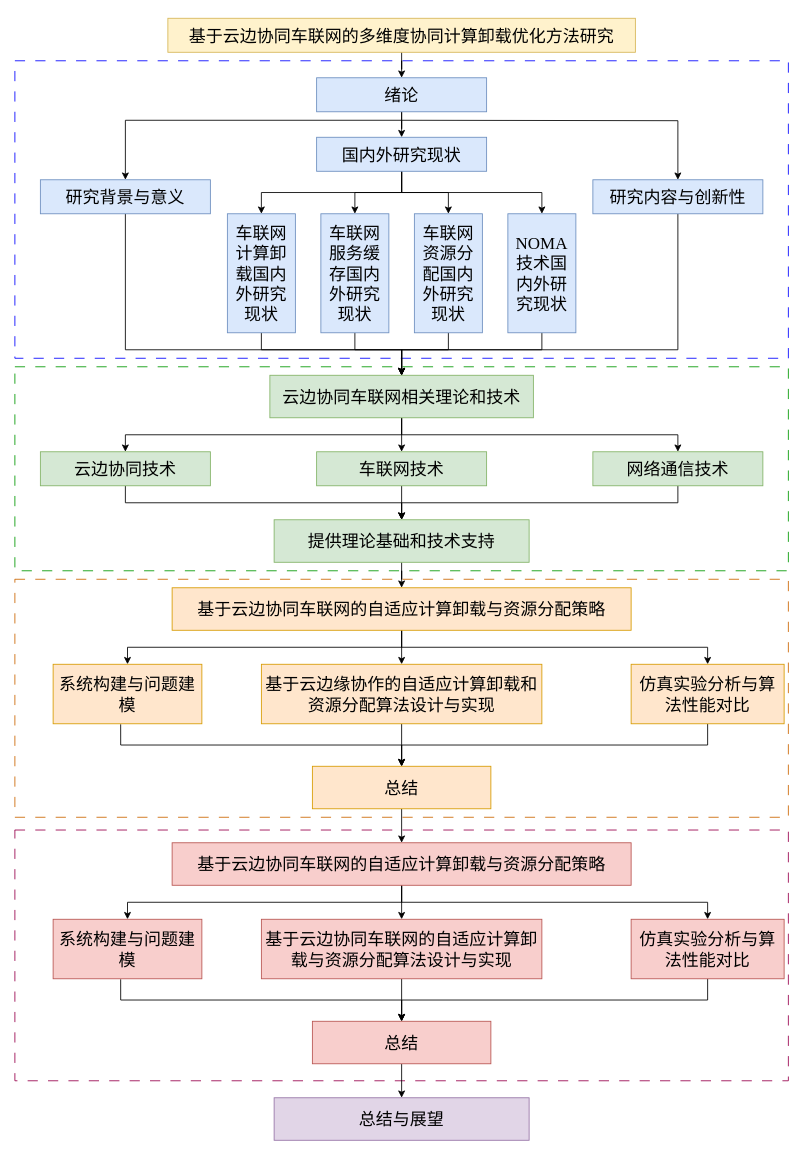
xiaotudoudoudoud/pipilu keeps this draw.io diagram as 论文结构.drawio. Above is the earlier version. Source tidied: cells renumbered, new cells numbered last; positions are measured from the earlier drawing's top-left corner, leaving out a move shared by most shapes. Both pictures are drawn from the tidied source at 85%, with x=0, y=0 at pixel (14, 18).
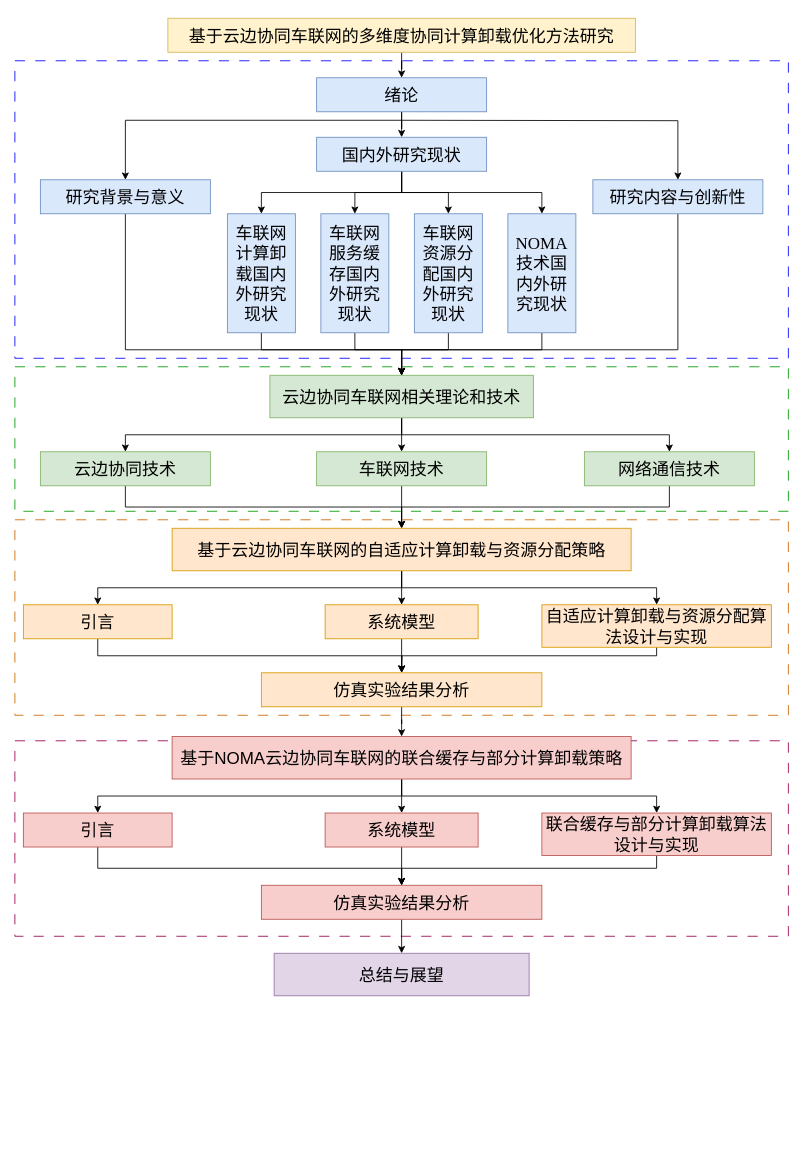
After the change.

Commit message:
更新论文结构.drawio

Unchanged cells that the change refers to:
```xml
<mxCell id="34" value="&lt;p class=&quot;MsoNormal&quot;&gt;&lt;span style=&quot;mso-spacerun:'yes';font-family:宋体;mso-ascii-font-family:'Times New Roman';&lt;br/&gt;mso-hansi-font-family:'Times New Roman';mso-bidi-font-family:'Times New Roman';&quot;&gt;&lt;font style=&quot;font-size: 20px;&quot;&gt;云边协同技术&lt;/font&gt;&lt;/span&gt;&lt;/p&gt;" style="rounded=0;whiteSpace=wrap;html=1;fillColor=#d5e8d4;strokeColor=#82b366;" parent="1" vertex="1">
  <mxGeometry x="30" y="510" width="200" height="40" as="geometry" />
</mxCell>
<mxCell id="36" value="&lt;p class=&quot;MsoNormal&quot;&gt;&lt;font style=&quot;font-size: 20px;&quot;&gt;&lt;span style=&quot;font-family: 宋体;&quot;&gt;车联网&lt;/span&gt;&lt;span style=&quot;font-family: 宋体;&quot;&gt;技术&lt;/span&gt;&lt;/font&gt;&lt;/p&gt;" style="rounded=0;whiteSpace=wrap;html=1;fillColor=#d5e8d4;strokeColor=#82b366;" parent="1" vertex="1">
  <mxGeometry x="355" y="510" width="200" height="40" as="geometry" />
</mxCell>
```

What changed in the source:
```diff
@@
     <mxCell id="2" style="rounded=0;whiteSpace=wrap;html=1;fillColor=none;dashed=1;dashPattern=12 12;strokeColor=#009900;" parent="1" vertex="1">
-      <mxGeometry y="410" width="910" height="240" as="geometry" />
+      <mxGeometry y="410" width="910" height="170" as="geometry" />
     </mxCell>
     <mxCell id="3" style="rounded=0;whiteSpace=wrap;html=1;fillColor=none;dashed=1;dashPattern=12 12;strokeColor=#99004D;" parent="1" vertex="1">
-      <mxGeometry y="955" width="910" height="295" as="geometry" />
+      <mxGeometry y="850" width="910" height="230" as="geometry" />
     </mxCell>
     <mxCell id="4" style="rounded=0;whiteSpace=wrap;html=1;fillColor=none;dashed=1;dashPattern=12 12;strokeColor=#CC6600;" parent="1" vertex="1">
-      <mxGeometry y="660" width="910" height="280" as="geometry" />
+      <mxGeometry y="590" width="910" height="230" as="geometry" />
     </mxCell>
@@
-    <mxCell id="33" style="edgeStyle=orthogonalEdgeStyle;rounded=0;jettySize=auto;html=1;entryX=0.5;entryY=0;entryDx=0;entryDy=0;exitX=0.5;exitY=1;exitDx=0;exitDy=0;" parent="1" edge="1" source="34" target="40">
-      <mxGeometry relative="1" as="geometry" />
-    </mxCell>
+    <mxCell id="66" style="edgeStyle=orthogonalEdgeStyle;rounded=0;jettySize=auto;html=1;exitX=0.5;exitY=1;exitDx=0;exitDy=0;entryX=0.5;entryY=0;entryDx=0;entryDy=0;" parent="1" edge="1" source="34" target="44">
+      <mxGeometry relative="1" as="geometry" />
+    </mxCell>
@@
-    <mxCell id="35" style="edgeStyle=orthogonalEdgeStyle;rounded=0;jettySize=auto;html=1;" parent="1" edge="1" source="36" target="40">
-      <mxGeometry relative="1" as="geometry" />
-    </mxCell>
+    <mxCell id="67" style="edgeStyle=orthogonalEdgeStyle;rounded=0;jettySize=auto;html=1;entryX=0.5;entryY=0;entryDx=0;entryDy=0;" parent="1" edge="1" source="36" target="44">
+      <mxGeometry relative="1" as="geometry" />
+    </mxCell>
@@
-    <mxCell id="37" style="edgeStyle=orthogonalEdgeStyle;rounded=0;jettySize=auto;html=1;entryX=0.5;entryY=0;entryDx=0;entryDy=0;exitX=0.5;exitY=1;exitDx=0;exitDy=0;" parent="1" edge="1" source="38" target="40">
-      <mxGeometry relative="1" as="geometry" />
-    </mxCell>
+    <mxCell id="68" style="edgeStyle=orthogonalEdgeStyle;rounded=0;jettySize=auto;html=1;exitX=0.5;exitY=1;exitDx=0;exitDy=0;entryX=0.5;entryY=0;entryDx=0;entryDy=0;" parent="1" edge="1" source="38" target="44">
+      <mxGeometry relative="1" as="geometry" />
+    </mxCell>
     <mxCell id="38" value="&lt;p class=&quot;MsoNormal&quot;&gt;&lt;span style=&quot;mso-spacerun:'yes';font-family:宋体;mso-ascii-font-family:'Times New Roman';&lt;br/&gt;mso-hansi-font-family:'Times New Roman';mso-bidi-font-family:'Times New Roman';&quot;&gt;&lt;font style=&quot;font-size: 20px;&quot;&gt;网络通信技术&lt;/font&gt;&lt;/span&gt;&lt;/p&gt;" style="rounded=0;whiteSpace=wrap;html=1;fillColor=#d5e8d4;strokeColor=#82b366;" parent="1" vertex="1">
-      <mxGeometry x="680" y="510" width="200" height="40" as="geometry" />
+      <mxGeometry x="670" y="510" width="200" height="40" as="geometry" />
     </mxCell>
-    <mxCell id="39" style="edgeStyle=orthogonalEdgeStyle;rounded=0;jettySize=auto;html=1;" parent="1" edge="1" source="40" target="44">
-      <mxGeometry relative="1" as="geometry" />
-    </mxCell>
-    <mxCell id="40" value="&lt;p class=&quot;MsoNormal&quot;&gt;&lt;span style=&quot;mso-spacerun:'yes';font-family:宋体;mso-ascii-font-family:'Times New Roman';&lt;br/&gt;mso-hansi-font-family:'Times New Roman';mso-bidi-font-family:'Times New Roman';&quot;&gt;&lt;font style=&quot;font-size: 20px;&quot;&gt;提供&lt;/font&gt;&lt;/span&gt;&lt;span style=&quot;font-family: 宋体; font-size: 20px; background-color: transparent; color: light-dark(rgb(0, 0, 0), rgb(255, 255, 255));&quot;&gt;理论基础和&lt;/span&gt;&lt;span style=&quot;font-size: 20px; font-family: 宋体; background-color: transparent; color: light-dark(rgb(0, 0, 0), rgb(255, 255, 255));&quot;&gt;技术支持&lt;/span&gt;&lt;/p&gt;" style="rounded=0;whiteSpace=wrap;html=1;fillColor=#d5e8d4;strokeColor=#82b366;" parent="1" vertex="1">
-      <mxGeometry x="305" y="590" width="300" height="50" as="geometry" />
-    </mxCell>
-    <mxCell id="41" style="edgeStyle=orthogonalEdgeStyle;rounded=0;jettySize=auto;html=1;" parent="1" edge="1" source="44" target="48">
-      <mxGeometry relative="1" as="geometry" />
-    </mxCell>
+    <mxCell id="43" style="edgeStyle=orthogonalEdgeStyle;rounded=0;jettySize=auto;html=1;entryX=0.5;entryY=0;entryDx=0;entryDy=0;" parent="1" edge="1" source="44" target="50">
+      <mxGeometry relative="1" as="geometry" />
+    </mxCell>
@@
-    <mxCell id="43" style="edgeStyle=orthogonalEdgeStyle;rounded=0;jettySize=auto;html=1;entryX=0.5;entryY=0;entryDx=0;entryDy=0;" parent="1" edge="1" source="44" target="50">
-      <mxGeometry relative="1" as="geometry" />
-    </mxCell>
+    <mxCell id="69" style="edgeStyle=orthogonalEdgeStyle;rounded=0;jettySize=auto;html=1;exitX=0.5;exitY=1;exitDx=0;exitDy=0;entryX=0.5;entryY=0;entryDx=0;entryDy=0;" parent="1" edge="1" source="44" target="81">
+      <mxGeometry relative="1" as="geometry">
+        <Array as="points">
+          <mxPoint x="455" y="670" />
+          <mxPoint x="755" y="670" />
+        </Array>
+      </mxGeometry>
+    </mxCell>
     <mxCell id="44" value="&lt;p class=&quot;MsoNormal&quot;&gt;&lt;font style=&quot;font-size: 20px;&quot;&gt;&lt;span style=&quot;font-family: 宋体; background-color: transparent; color: light-dark(rgb(0, 0, 0), rgb(255, 255, 255));&quot;&gt;基于&lt;/span&gt;&lt;span style=&quot;font-family: 宋体; background-color: transparent; color: light-dark(rgb(0, 0, 0), rgb(255, 255, 255));&quot;&gt;&lt;font style=&quot;&quot;&gt;云边协同车联网的自适应计算卸载与资源分配策略&lt;/font&gt;&lt;/span&gt;&lt;/font&gt;&lt;/p&gt;" style="rounded=0;whiteSpace=wrap;html=1;fillColor=#ffe6cc;strokeColor=#d79b00;" parent="1" vertex="1">
-      <mxGeometry x="185" y="670" width="540" height="50" as="geometry" />
+      <mxGeometry x="185" y="600" width="540" height="50" as="geometry" />
     </mxCell>
-    <mxCell id="45" style="edgeStyle=orthogonalEdgeStyle;rounded=0;jettySize=auto;html=1;entryX=0.5;entryY=0;entryDx=0;entryDy=0;exitX=0.454;exitY=1.008;exitDx=0;exitDy=0;exitPerimeter=0;" parent="1" edge="1" source="46" target="52">
-      <mxGeometry relative="1" as="geometry" />
+    <mxCell id="45" style="edgeStyle=orthogonalEdgeStyle;rounded=0;jettySize=auto;html=1;entryX=0.5;entryY=0;entryDx=0;entryDy=0;exitX=0.5;exitY=1;exitDx=0;exitDy=0;" parent="1" edge="1" source="46">
+      <mxGeometry relative="1" as="geometry">
+        <mxPoint x="455" y="770" as="targetPoint" />
+      </mxGeometry>
     </mxCell>
-    <mxCell id="46" value="&lt;p class=&quot;MsoNormal&quot;&gt;&lt;span style=&quot;font-family: 宋体; background-color: transparent; color: light-dark(rgb(0, 0, 0), rgb(255, 255, 255));&quot;&gt;&lt;font style=&quot;font-size: 20px;&quot;&gt;系统构建与问题建模&lt;/font&gt;&lt;/span&gt;&lt;/p&gt;" style="rounded=0;whiteSpace=wrap;html=1;fillColor=#ffe6cc;strokeColor=#d79b00;" parent="1" vertex="1">
-      <mxGeometry x="45" y="760" width="175" height="70" as="geometry" />
+    <mxCell id="46" value="&lt;p class=&quot;MsoNormal&quot;&gt;&lt;span style=&quot;font-family: 宋体; background-color: transparent; color: light-dark(rgb(0, 0, 0), rgb(255, 255, 255));&quot;&gt;&lt;font style=&quot;font-size: 20px;&quot;&gt;引言&lt;/font&gt;&lt;/span&gt;&lt;/p&gt;" style="rounded=0;whiteSpace=wrap;html=1;fillColor=#ffe6cc;strokeColor=#d79b00;" parent="1" vertex="1">
+      <mxGeometry x="10" y="690" width="175" height="40" as="geometry" />
     </mxCell>
-    <mxCell id="47" style="edgeStyle=orthogonalEdgeStyle;rounded=0;jettySize=auto;html=1;" parent="1" edge="1" source="48" target="52">
-      <mxGeometry relative="1" as="geometry" />
-    </mxCell>
-    <mxCell id="48" value="&lt;p class=&quot;MsoNormal&quot;&gt;&lt;span style=&quot;font-family: 宋体; font-size: 20px;&quot;&gt;基于云边缘协作的自适应计算卸载和资源分配算法设计与实现&lt;/span&gt;&lt;/p&gt;" style="rounded=0;whiteSpace=wrap;html=1;fillColor=#ffe6cc;strokeColor=#d79b00;" parent="1" vertex="1">
-      <mxGeometry x="290" y="760" width="330" height="70" as="geometry" />
-    </mxCell>
-    <mxCell id="49" style="edgeStyle=orthogonalEdgeStyle;rounded=0;jettySize=auto;html=1;exitX=0.5;exitY=1;exitDx=0;exitDy=0;" parent="1" edge="1" source="50" target="52">
-      <mxGeometry relative="1" as="geometry" />
+    <mxCell id="49" style="edgeStyle=orthogonalEdgeStyle;rounded=0;jettySize=auto;html=1;exitX=0.5;exitY=1;exitDx=0;exitDy=0;" parent="1" edge="1" source="50">
+      <mxGeometry relative="1" as="geometry">
+        <mxPoint x="455" y="770" as="targetPoint" />
+      </mxGeometry>
     </mxCell>
-    <mxCell id="50" value="&lt;p class=&quot;MsoNormal&quot;&gt;&lt;span style=&quot;font-family: 宋体; font-size: 20px;&quot;&gt;仿真实验分析与算法性能对比&lt;/span&gt;&lt;/p&gt;" style="rounded=0;whiteSpace=wrap;html=1;fillColor=#ffe6cc;strokeColor=#d79b00;" parent="1" vertex="1">
-      <mxGeometry x="725" y="760" width="180" height="70" as="geometry" />
+    <mxCell id="50" value="&lt;p class=&quot;MsoNormal&quot;&gt;&lt;span style=&quot;font-family: 宋体; font-size: 20px;&quot;&gt;系统模型&lt;/span&gt;&lt;/p&gt;" style="rounded=0;whiteSpace=wrap;html=1;fillColor=#ffe6cc;strokeColor=#d79b00;" parent="1" vertex="1">
+      <mxGeometry x="365" y="690" width="180" height="40" as="geometry" />
     </mxCell>
-    <mxCell id="51" style="edgeStyle=orthogonalEdgeStyle;rounded=0;jettySize=auto;html=1;" parent="1" edge="1" source="52" target="56">
-      <mxGeometry relative="1" as="geometry" />
-    </mxCell>
-    <mxCell id="52" value="&lt;p class=&quot;MsoNormal&quot;&gt;&lt;span style=&quot;font-family: 宋体; font-size: 20px;&quot;&gt;总结&lt;/span&gt;&lt;/p&gt;" style="rounded=0;whiteSpace=wrap;html=1;fillColor=#ffe6cc;strokeColor=#d79b00;" parent="1" vertex="1">
-      <mxGeometry x="350" y="880" width="210" height="50" as="geometry" />
-    </mxCell>
-    <mxCell id="53" style="edgeStyle=orthogonalEdgeStyle;rounded=0;jettySize=auto;html=1;" parent="1" edge="1" source="56" target="60">
-      <mxGeometry relative="1" as="geometry" />
-    </mxCell>
-    <mxCell id="54" style="edgeStyle=orthogonalEdgeStyle;rounded=0;jettySize=auto;html=1;entryX=0.5;entryY=0;entryDx=0;entryDy=0;" parent="1" edge="1" source="56" target="58">
-      <mxGeometry relative="1" as="geometry" />
-    </mxCell>
-    <mxCell id="55" style="edgeStyle=orthogonalEdgeStyle;rounded=0;jettySize=auto;html=1;entryX=0.5;entryY=0;entryDx=0;entryDy=0;" parent="1" edge="1" source="56" target="62">
-      <mxGeometry relative="1" as="geometry" />
-    </mxCell>
-    <mxCell id="56" value="&lt;p class=&quot;MsoNormal&quot;&gt;&lt;span style=&quot;font-family: 宋体; background-color: transparent; color: light-dark(rgb(0, 0, 0), rgb(255, 255, 255));&quot;&gt;&lt;font style=&quot;font-size: 20px;&quot;&gt;基于云边协同车联网的自适应计算卸载与资源分配策略&lt;/font&gt;&lt;/span&gt;&lt;/p&gt;" style="rounded=0;whiteSpace=wrap;html=1;fillColor=#f8cecc;strokeColor=#b85450;" parent="1" vertex="1">
-      <mxGeometry x="185" y="970" width="540" height="50" as="geometry" />
-    </mxCell>
-    <mxCell id="57" style="edgeStyle=orthogonalEdgeStyle;rounded=0;jettySize=auto;html=1;entryX=0.5;entryY=0;entryDx=0;entryDy=0;exitX=0.454;exitY=1.008;exitDx=0;exitDy=0;exitPerimeter=0;" parent="1" edge="1" source="58" target="64">
-      <mxGeometry relative="1" as="geometry" />
-    </mxCell>
-    <mxCell id="58" value="&lt;p class=&quot;MsoNormal&quot;&gt;&lt;span style=&quot;font-family: 宋体; background-color: transparent; color: light-dark(rgb(0, 0, 0), rgb(255, 255, 255));&quot;&gt;&lt;font style=&quot;font-size: 20px;&quot;&gt;系统构建与问题建模&lt;/font&gt;&lt;/span&gt;&lt;/p&gt;" style="rounded=0;whiteSpace=wrap;html=1;fillColor=#f8cecc;strokeColor=#b85450;" parent="1" vertex="1">
-      <mxGeometry x="45" y="1060" width="175" height="70" as="geometry" />
-    </mxCell>
-    <mxCell id="59" style="edgeStyle=orthogonalEdgeStyle;rounded=0;jettySize=auto;html=1;" parent="1" edge="1" source="60" target="64">
-      <mxGeometry relative="1" as="geometry" />
-    </mxCell>
-    <mxCell id="60" value="&lt;p class=&quot;MsoNormal&quot;&gt;&lt;span style=&quot;font-family: 宋体; font-size: 20px; background-color: transparent; color: light-dark(rgb(0, 0, 0), rgb(255, 255, 255));&quot;&gt;基于云边协同车联网的自适应计算卸载与资源分配&lt;/span&gt;&lt;span style=&quot;font-family: 宋体; font-size: 20px;&quot;&gt;算法设计与实现&lt;/span&gt;&lt;/p&gt;" style="rounded=0;whiteSpace=wrap;html=1;fillColor=#f8cecc;strokeColor=#b85450;" parent="1" vertex="1">
-      <mxGeometry x="290" y="1060" width="330" height="70" as="geometry" />
-    </mxCell>
-    <mxCell id="61" style="edgeStyle=orthogonalEdgeStyle;rounded=0;jettySize=auto;html=1;exitX=0.5;exitY=1;exitDx=0;exitDy=0;" parent="1" edge="1" source="62" target="64">
-      <mxGeometry relative="1" as="geometry" />
-    </mxCell>
-    <mxCell id="62" value="&lt;p class=&quot;MsoNormal&quot;&gt;&lt;span style=&quot;font-family: 宋体; font-size: 20px;&quot;&gt;仿真实验分析与算法性能对比&lt;/span&gt;&lt;/p&gt;" style="rounded=0;whiteSpace=wrap;html=1;fillColor=#f8cecc;strokeColor=#b85450;" parent="1" vertex="1">
-      <mxGeometry x="725" y="1060" width="180" height="70" as="geometry" />
-    </mxCell>
-    <mxCell id="63" style="edgeStyle=orthogonalEdgeStyle;rounded=0;jettySize=auto;html=1;" parent="1" edge="1" source="64" target="65">
-      <mxGeometry relative="1" as="geometry" />
-    </mxCell>
-    <mxCell id="64" value="&lt;p class=&quot;MsoNormal&quot;&gt;&lt;font face=&quot;宋体&quot;&gt;&lt;span style=&quot;font-size: 20px;&quot;&gt;总结&lt;/span&gt;&lt;/font&gt;&lt;/p&gt;" style="rounded=0;whiteSpace=wrap;html=1;fillColor=#f8cecc;strokeColor=#b85450;" parent="1" vertex="1">
-      <mxGeometry x="350" y="1180" width="210" height="50" as="geometry" />
-    </mxCell>
     <mxCell id="65" value="&lt;p class=&quot;MsoNormal&quot;&gt;&lt;font face=&quot;宋体&quot;&gt;&lt;span style=&quot;font-size: 20px;&quot;&gt;总结与展望&lt;/span&gt;&lt;/font&gt;&lt;/p&gt;" style="rounded=0;whiteSpace=wrap;html=1;fillColor=#e1d5e7;strokeColor=#9673a6;" parent="1" vertex="1">
-      <mxGeometry x="305" y="1270" width="300" height="50" as="geometry" />
+      <mxGeometry x="305" y="1100" width="300" height="50" as="geometry" />
     </mxCell>
+    <mxCell id="70" style="edgeStyle=orthogonalEdgeStyle;rounded=0;jettySize=auto;html=1;" parent="1" edge="1" source="71" target="79">
+      <mxGeometry relative="1" as="geometry" />
+    </mxCell>
+    <mxCell id="71" value="&lt;p class=&quot;MsoNormal&quot;&gt;&lt;span style=&quot;font-family: 宋体; background-color: transparent; color: light-dark(rgb(0, 0, 0), rgb(255, 255, 255));&quot;&gt;&lt;font style=&quot;font-size: 20px;&quot;&gt;仿真实验结果分析&lt;/font&gt;&lt;/span&gt;&lt;/p&gt;" style="rounded=0;whiteSpace=wrap;html=1;fillColor=#ffe6cc;strokeColor=#d79b00;" parent="1" vertex="1">
+      <mxGeometry x="290" y="770" width="330" height="40" as="geometry" />
+    </mxCell>
+    <mxCell id="72" style="edgeStyle=orthogonalEdgeStyle;rounded=0;jettySize=auto;html=1;entryX=0.5;entryY=0;entryDx=0;entryDy=0;exitX=0.5;exitY=1;exitDx=0;exitDy=0;" parent="1" edge="1" source="73" target="75">
+      <mxGeometry relative="1" as="geometry">
+        <Array as="points">
+          <mxPoint x="98" y="1000" />
+          <mxPoint x="455" y="1000" />
+        </Array>
+      </mxGeometry>
+    </mxCell>
+    <mxCell id="73" value="&lt;p class=&quot;MsoNormal&quot;&gt;&lt;span style=&quot;font-family: 宋体; background-color: transparent; color: light-dark(rgb(0, 0, 0), rgb(255, 255, 255));&quot;&gt;&lt;font style=&quot;font-size: 20px;&quot;&gt;引言&lt;/font&gt;&lt;/span&gt;&lt;/p&gt;" style="rounded=0;whiteSpace=wrap;html=1;fillColor=#f8cecc;strokeColor=#b85450;" parent="1" vertex="1">
+      <mxGeometry x="10" y="935" width="175" height="40" as="geometry" />
+    </mxCell>
+    <mxCell id="74" style="edgeStyle=orthogonalEdgeStyle;rounded=0;jettySize=auto;html=1;" parent="1" edge="1" source="75" target="65">
+      <mxGeometry relative="1" as="geometry" />
+    </mxCell>
+    <mxCell id="75" value="&lt;p class=&quot;MsoNormal&quot;&gt;&lt;span style=&quot;font-family: 宋体; background-color: transparent; color: light-dark(rgb(0, 0, 0), rgb(255, 255, 255));&quot;&gt;&lt;font style=&quot;font-size: 20px;&quot;&gt;仿真实验结果分析&lt;/font&gt;&lt;/span&gt;&lt;/p&gt;" style="rounded=0;whiteSpace=wrap;html=1;fillColor=#f8cecc;strokeColor=#b85450;" parent="1" vertex="1">
+      <mxGeometry x="290" y="1020" width="330" height="40" as="geometry" />
+    </mxCell>
+    <mxCell id="76" style="edgeStyle=orthogonalEdgeStyle;rounded=0;jettySize=auto;html=1;exitX=0.5;exitY=1;exitDx=0;exitDy=0;entryX=0.5;entryY=0;entryDx=0;entryDy=0;" parent="1" edge="1" source="79" target="73">
+      <mxGeometry relative="1" as="geometry" />
+    </mxCell>
+    <mxCell id="77" style="edgeStyle=orthogonalEdgeStyle;rounded=0;jettySize=auto;html=1;exitX=0.5;exitY=1;exitDx=0;exitDy=0;entryX=0.5;entryY=0;entryDx=0;entryDy=0;" parent="1" edge="1" source="79">
+      <mxGeometry relative="1" as="geometry">
+        <mxPoint x="455" y="935" as="targetPoint" />
+      </mxGeometry>
+    </mxCell>
+    <mxCell id="78" style="edgeStyle=orthogonalEdgeStyle;rounded=0;jettySize=auto;html=1;entryX=0.5;entryY=0;entryDx=0;entryDy=0;" parent="1" edge="1" source="79" target="85">
+      <mxGeometry relative="1" as="geometry" />
+    </mxCell>
+    <mxCell id="79" value="&lt;p class=&quot;MsoNormal&quot;&gt;&lt;span style=&quot;font-size: 20px; text-indent: 28px; font-family: 宋体;&quot;&gt;基于&lt;/span&gt;&lt;span style=&quot;font-size: 20px; text-indent: 28px;&quot; lang=&quot;EN-US&quot;&gt;NOMA&lt;/span&gt;&lt;span style=&quot;font-size: 20px; text-indent: 28px; font-family: 宋体;&quot;&gt;云边协同车联网的联合缓存与部分计算卸载策略&lt;/span&gt;&lt;/p&gt;" style="rounded=0;whiteSpace=wrap;html=1;fillColor=#f8cecc;strokeColor=#b85450;" parent="1" vertex="1">
+      <mxGeometry x="185" y="845" width="540" height="50" as="geometry" />
+    </mxCell>
+    <mxCell id="80" style="edgeStyle=orthogonalEdgeStyle;rounded=0;jettySize=auto;html=1;exitX=0.5;exitY=1;exitDx=0;exitDy=0;entryX=0.5;entryY=0;entryDx=0;entryDy=0;" parent="1" edge="1" source="81">
+      <mxGeometry relative="1" as="geometry">
+        <mxPoint x="455" y="770" as="targetPoint" />
+        <Array as="points">
+          <mxPoint x="755" y="750" />
+          <mxPoint x="455" y="750" />
+        </Array>
+      </mxGeometry>
+    </mxCell>
+    <mxCell id="81" value="&lt;p class=&quot;MsoNormal&quot;&gt;&lt;span style=&quot;font-family: 宋体; font-size: 20px;&quot;&gt;自适应计算卸载与资源分配算法设计与实现&lt;/span&gt;&lt;/p&gt;" style="rounded=0;whiteSpace=wrap;html=1;fillColor=#ffe6cc;strokeColor=#d79b00;" parent="1" vertex="1">
+      <mxGeometry x="620" y="690" width="270" height="50" as="geometry" />
+    </mxCell>
+    <mxCell id="82" style="edgeStyle=orthogonalEdgeStyle;rounded=0;jettySize=auto;html=1;entryX=0.5;entryY=0;entryDx=0;entryDy=0;" parent="1" edge="1" source="83" target="75">
+      <mxGeometry relative="1" as="geometry" />
+    </mxCell>
+    <mxCell id="83" value="&lt;p class=&quot;MsoNormal&quot;&gt;&lt;span style=&quot;font-family: 宋体; font-size: 20px;&quot;&gt;系统模型&lt;/span&gt;&lt;/p&gt;" style="rounded=0;whiteSpace=wrap;html=1;fillColor=#f8cecc;strokeColor=#b85450;" parent="1" vertex="1">
+      <mxGeometry x="365" y="935" width="180" height="40" as="geometry" />
+    </mxCell>
+    <mxCell id="84" style="edgeStyle=orthogonalEdgeStyle;rounded=0;jettySize=auto;html=1;entryX=0.5;entryY=0;entryDx=0;entryDy=0;" parent="1" edge="1" source="85" target="75">
+      <mxGeometry relative="1" as="geometry">
+        <Array as="points">
+          <mxPoint x="755" y="1000" />
+          <mxPoint x="455" y="1000" />
+        </Array>
+      </mxGeometry>
+    </mxCell>
+    <mxCell id="85" value="&lt;p class=&quot;MsoNormal&quot;&gt;&lt;span style=&quot;color: light-dark(rgb(0, 0, 0), rgb(255, 255, 255)); font-size: 20px; background-color: transparent; text-indent: 21pt; font-family: 宋体;&quot;&gt;联合缓存与部分计算卸载&lt;/span&gt;&lt;span style=&quot;color: light-dark(rgb(0, 0, 0), rgb(255, 255, 255)); font-size: 20px; background-color: transparent; text-indent: 21pt; font-family: 宋体;&quot;&gt;算法设计与实现&lt;/span&gt;&lt;/p&gt;" style="rounded=0;whiteSpace=wrap;html=1;fillColor=#f8cecc;strokeColor=#b85450;" parent="1" vertex="1">
+      <mxGeometry x="620" y="935" width="270" height="50" as="geometry" />
+    </mxCell>
```
